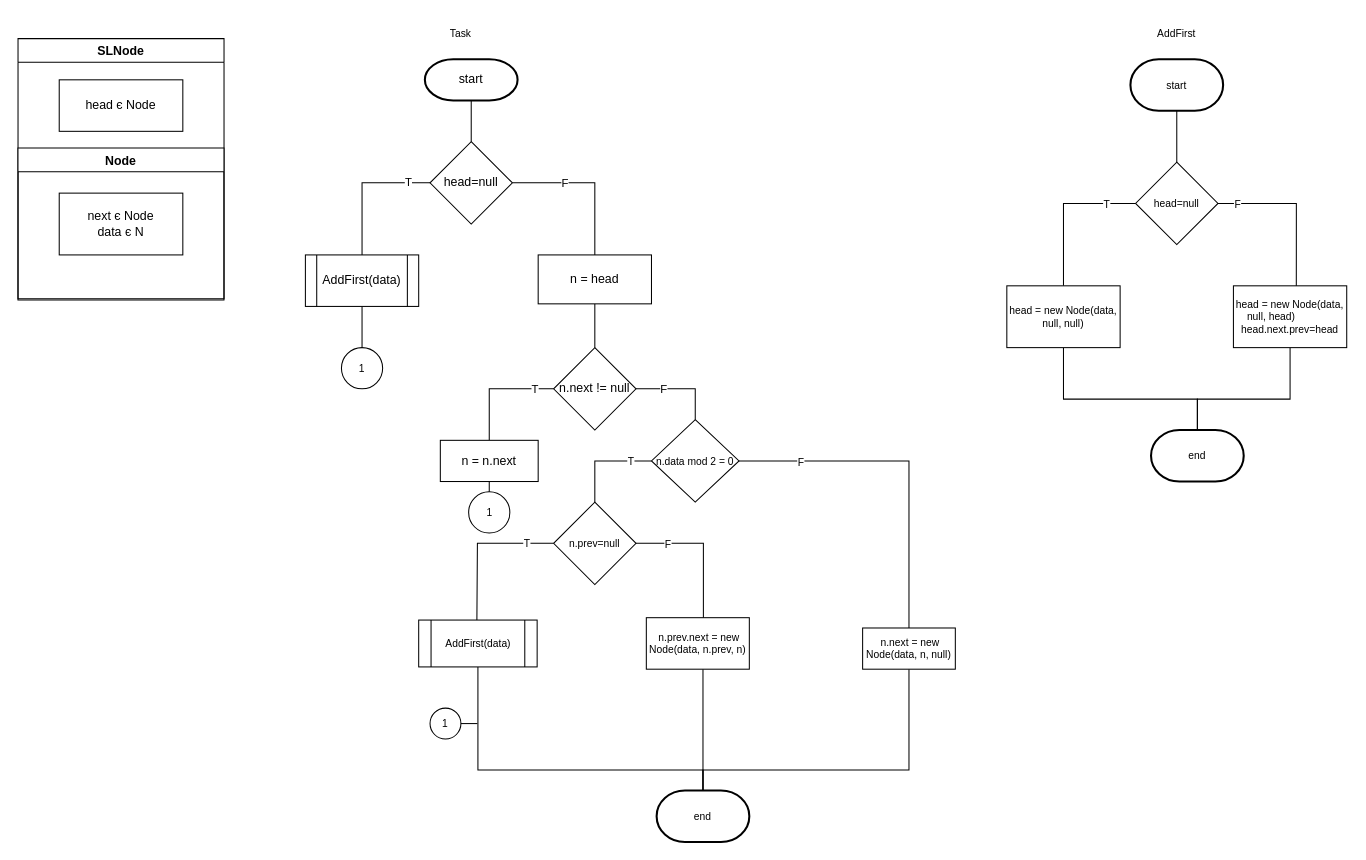
ZdorovenkoKyrylo/ads-zdorovenko-kp11 keeps this draw.io diagram as lab4/ADS_4.drawio. Above is the earlier version. Source tidied: cells renumbered, new cells numbered last; positions are measured from the earlier drawing's top-left corner, leaving out a move shared by most shapes. Both pictures are drawn from the tidied source at 103%, with x=0, y=0 at pixel (18, 18).
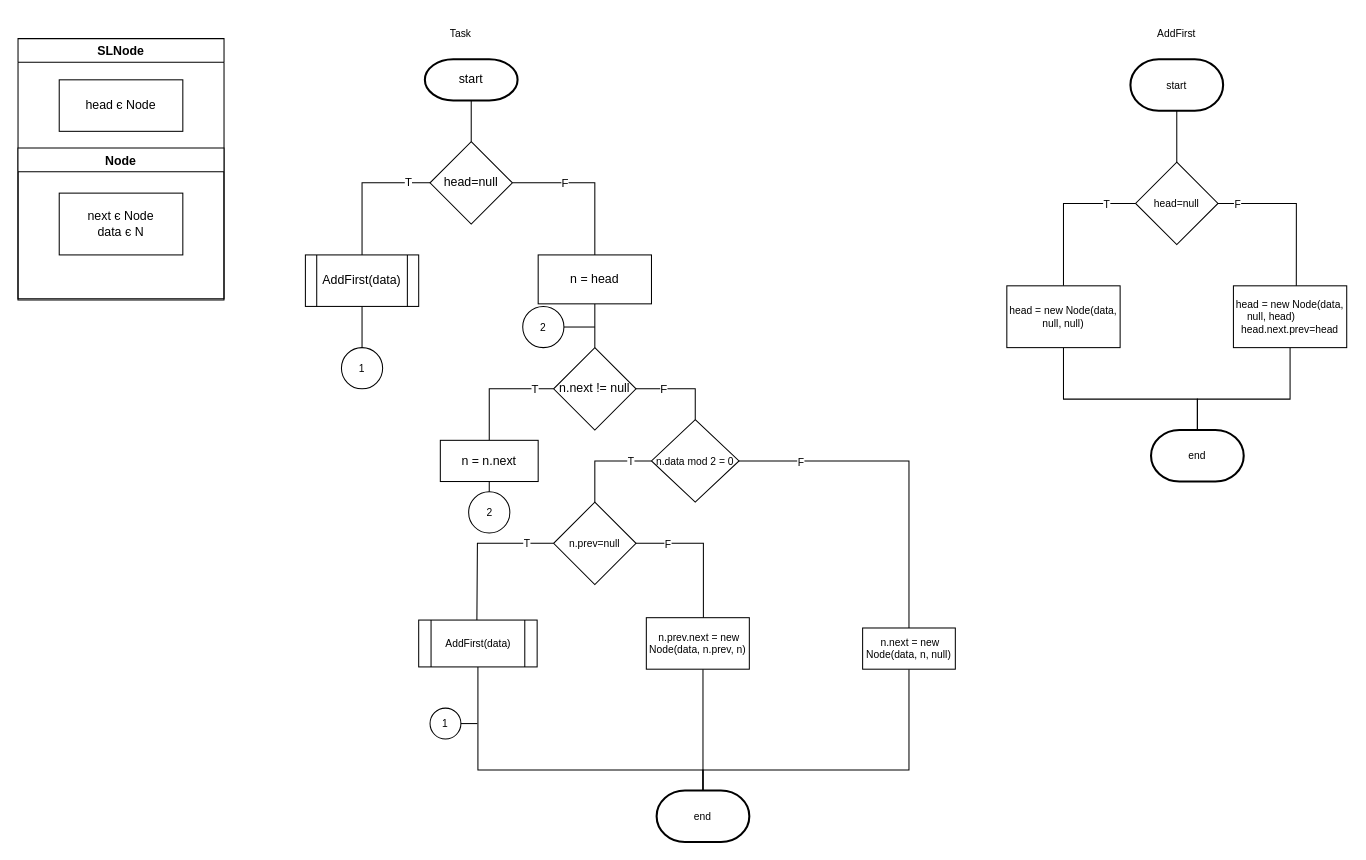
The same diagram, later.

Commit message:
lab 4 finished

Diff of the diagram source:
```diff
@@
-    <mxCell id="55" value="1" style="ellipse;whiteSpace=wrap;html=1;fontSize=10;" parent="1" vertex="1">
+    <mxCell id="55" value="2" style="ellipse;whiteSpace=wrap;html=1;fontSize=10;" parent="1" vertex="1">
       <mxGeometry x="437.5" y="460" width="40" height="40" as="geometry" />
     </mxCell>
@@
+    <mxCell id="59" style="edgeStyle=orthogonalEdgeStyle;rounded=0;jettySize=auto;html=1;endArrow=none;endFill=0;" parent="1" edge="1" source="60">
+      <mxGeometry relative="1" as="geometry">
+        <mxPoint x="560" y="300" as="targetPoint" />
+        <Array as="points">
+          <mxPoint x="560" y="300" />
+          <mxPoint x="560" y="300" />
+        </Array>
+      </mxGeometry>
+    </mxCell>
+    <mxCell id="60" value="2" style="ellipse;whiteSpace=wrap;html=1;fontSize=10;" parent="1" vertex="1">
+      <mxGeometry x="490" y="280" width="40" height="40" as="geometry" />
+    </mxCell>
```
